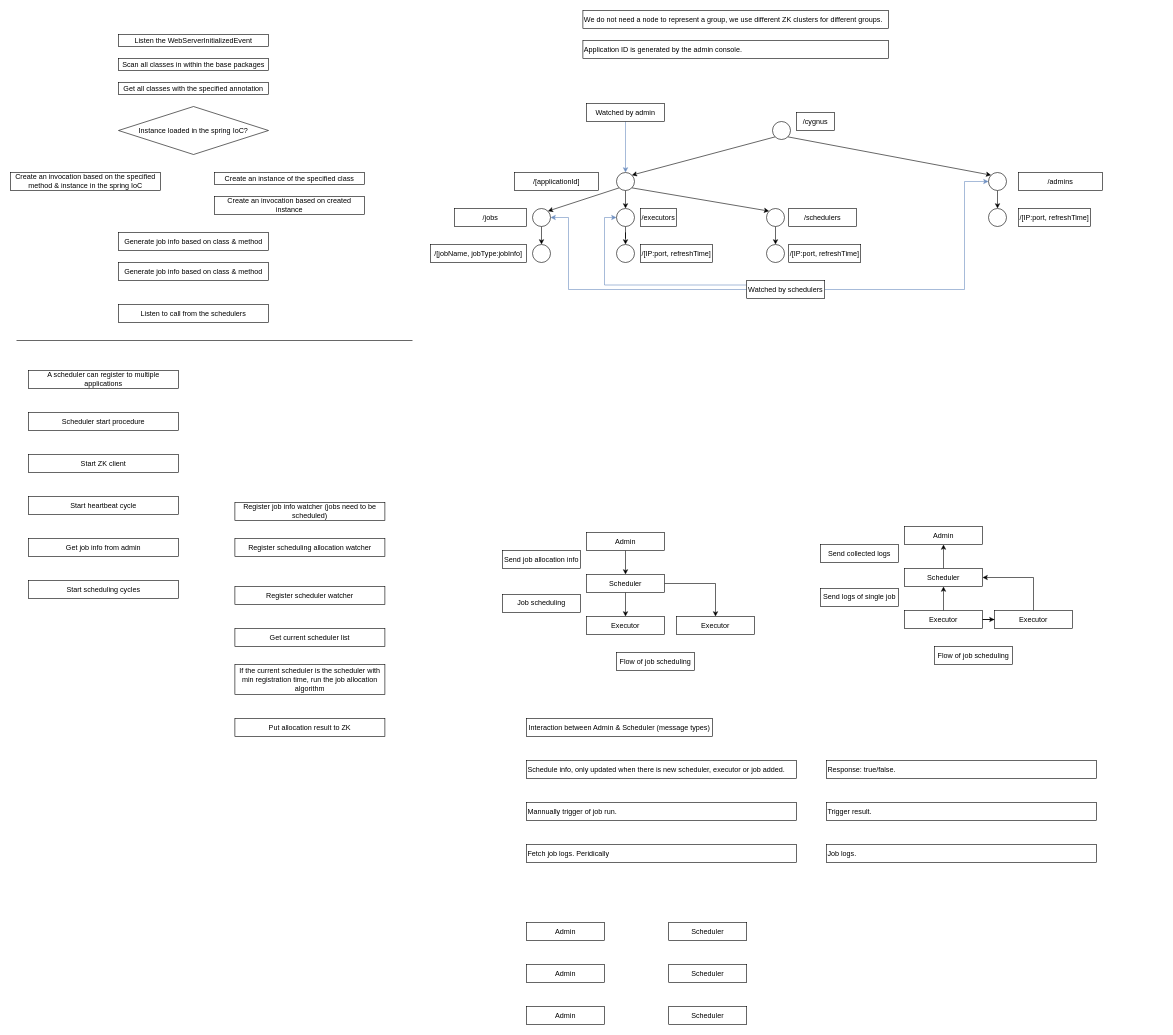
D15190304050/drawio_charts keeps this draw.io diagram as Cygnus.drawio. Above is the earlier version. Source tidied: cells renumbered, new cells numbered last; positions are measured from the earlier drawing's top-left corner, leaving out a move shared by most shapes. Both pictures are drawn from the tidied source at 60%, with x=0, y=0 at pixel (10, 10).
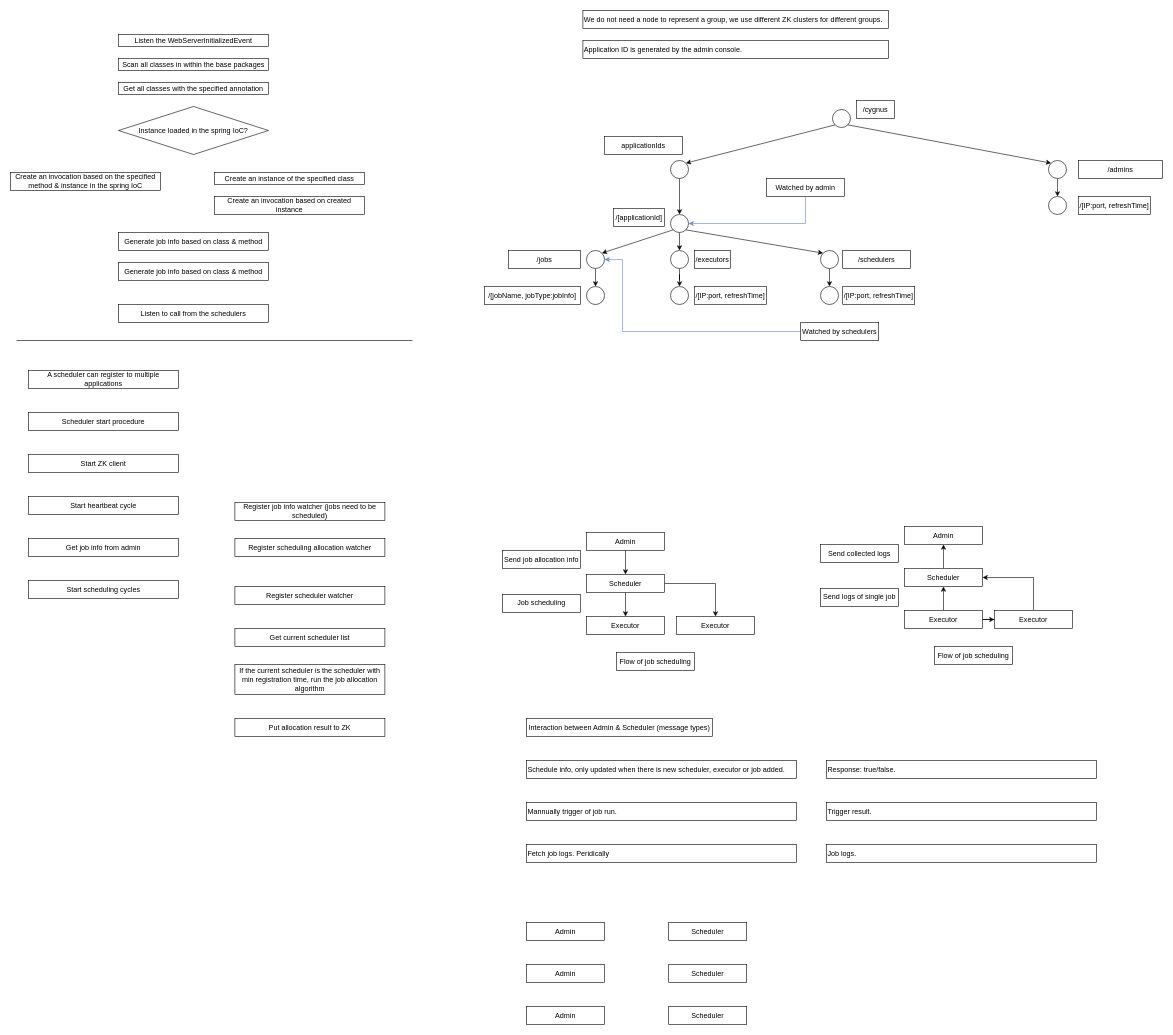
The same page after the edit.

The edit, as a diff of the source:
```diff
@@
     <mxCell id="27" style="ellipse;whiteSpace=wrap;html=1;" parent="1" vertex="1">
-      <mxGeometry x="1010" y="270" width="30" height="30" as="geometry" />
+      <mxGeometry x="1100" y="340" width="30" height="30" as="geometry" />
     </mxCell>
     <mxCell id="28" value="/cygnus" style="rounded=0;whiteSpace=wrap;html=1;" parent="1" vertex="1">
-      <mxGeometry x="1310" y="170" width="63" height="30" as="geometry" />
+      <mxGeometry x="1410" y="150" width="63" height="30" as="geometry" />
     </mxCell>
@@
     <mxCell id="30" style="ellipse;whiteSpace=wrap;html=1;" parent="1" vertex="1">
-      <mxGeometry x="870" y="330" width="30" height="30" as="geometry" />
+      <mxGeometry x="960" y="400" width="30" height="30" as="geometry" />
     </mxCell>
@@
     <mxCell id="32" style="ellipse;whiteSpace=wrap;html=1;" parent="1" vertex="1">
-      <mxGeometry x="1260" y="330" width="30" height="30" as="geometry" />
+      <mxGeometry x="1350" y="400" width="30" height="30" as="geometry" />
     </mxCell>
     <mxCell id="33" value="/jobs" style="rounded=0;whiteSpace=wrap;html=1;" parent="1" vertex="1">
-      <mxGeometry x="740" y="330" width="120" height="30" as="geometry" />
+      <mxGeometry x="830" y="400" width="120" height="30" as="geometry" />
     </mxCell>
     <mxCell id="34" value="/schedulers" style="rounded=0;whiteSpace=wrap;html=1;" parent="1" vertex="1">
-      <mxGeometry x="1297" y="330" width="113" height="30" as="geometry" />
+      <mxGeometry x="1387" y="400" width="113" height="30" as="geometry" />
     </mxCell>
     <mxCell id="35" style="ellipse;whiteSpace=wrap;html=1;" parent="1" vertex="1">
-      <mxGeometry x="870" y="390" width="30" height="30" as="geometry" />
+      <mxGeometry x="960" y="460" width="30" height="30" as="geometry" />
     </mxCell>
     <mxCell id="36" value="/[jobName, jobType:jobInfo]" style="rounded=0;whiteSpace=wrap;html=1;" parent="1" vertex="1">
-      <mxGeometry x="700" y="390" width="160" height="30" as="geometry" />
+      <mxGeometry x="790" y="460" width="160" height="30" as="geometry" />
     </mxCell>
@@
     <mxCell id="38" style="ellipse;whiteSpace=wrap;html=1;" parent="1" vertex="1">
-      <mxGeometry x="1260" y="390" width="30" height="30" as="geometry" />
+      <mxGeometry x="1350" y="460" width="30" height="30" as="geometry" />
     </mxCell>
@@
     <mxCell id="41" style="edgeStyle=orthogonalEdgeStyle;rounded=0;jettySize=auto;html=1;exitX=0;exitY=0.5;exitDx=0;exitDy=0;entryX=1;entryY=0.5;entryDx=0;entryDy=0;fillColor=#dae8fc;strokeColor=#6c8ebf;" parent="1" edge="1" source="44" target="30">
       <mxGeometry relative="1" as="geometry">
         <Array as="points">
-          <mxPoint x="930" y="465" />
-          <mxPoint x="930" y="345" />
+          <mxPoint x="1020" y="535" />
+          <mxPoint x="1020" y="415" />
         </Array>
       </mxGeometry>
     </mxCell>
-    <mxCell id="42" style="edgeStyle=orthogonalEdgeStyle;rounded=0;jettySize=auto;html=1;exitX=1;exitY=0.5;exitDx=0;exitDy=0;entryX=0;entryY=0.5;entryDx=0;entryDy=0;fillColor=#dae8fc;strokeColor=#6c8ebf;" parent="1" edge="1" source="44" target="86">
-      <mxGeometry relative="1" as="geometry">
-        <Array as="points">
-          <mxPoint x="1590" y="465" />
-          <mxPoint x="1590" y="285" />
-        </Array>
-      </mxGeometry>
-    </mxCell>
-    <mxCell id="43" style="edgeStyle=orthogonalEdgeStyle;rounded=0;jettySize=auto;html=1;exitX=0;exitY=0.25;exitDx=0;exitDy=0;entryX=0;entryY=0.5;entryDx=0;entryDy=0;fillColor=#dae8fc;strokeColor=#6c8ebf;" parent="1" edge="1" source="44" target="90">
-      <mxGeometry relative="1" as="geometry" />
-    </mxCell>
     <mxCell id="44" value="Watched by schedulers" style="rounded=0;whiteSpace=wrap;html=1;" parent="1" vertex="1">
-      <mxGeometry x="1227" y="450" width="130" height="30" as="geometry" />
+      <mxGeometry x="1317" y="520" width="130" height="30" as="geometry" />
     </mxCell>
-    <mxCell id="45" style="edgeStyle=orthogonalEdgeStyle;rounded=0;jettySize=auto;html=1;exitX=0.5;exitY=1;exitDx=0;exitDy=0;entryX=0.5;entryY=0;entryDx=0;entryDy=0;fillColor=#dae8fc;strokeColor=#6c8ebf;" parent="1" edge="1" source="46" target="27">
+    <mxCell id="45" style="edgeStyle=orthogonalEdgeStyle;rounded=0;jettySize=auto;html=1;exitX=0.5;exitY=1;exitDx=0;exitDy=0;entryX=1;entryY=0.5;entryDx=0;entryDy=0;fillColor=#dae8fc;strokeColor=#6c8ebf;" parent="1" edge="1" source="46" target="27">
       <mxGeometry relative="1" as="geometry" />
     </mxCell>
     <mxCell id="46" value="Watched by admin" style="rounded=0;whiteSpace=wrap;html=1;" parent="1" vertex="1">
-      <mxGeometry x="960" y="155" width="130" height="30" as="geometry" />
+      <mxGeometry x="1260" y="280" width="130" height="30" as="geometry" />
     </mxCell>
@@
-    <mxCell id="81" style="rounded=0;jettySize=auto;html=1;exitX=0;exitY=1;exitDx=0;exitDy=0;entryX=1;entryY=0;entryDx=0;entryDy=0;" parent="1" edge="1" source="83" target="27">
-      <mxGeometry relative="1" as="geometry" />
-    </mxCell>
@@
+    <mxCell id="96" style="rounded=0;jettySize=auto;html=1;exitX=0;exitY=1;exitDx=0;exitDy=0;entryX=1;entryY=0;entryDx=0;entryDy=0;" parent="1" edge="1" source="83" target="98">
+      <mxGeometry relative="1" as="geometry" />
+    </mxCell>
     <mxCell id="83" style="ellipse;whiteSpace=wrap;html=1;" parent="1" vertex="1">
-      <mxGeometry x="1270" y="185" width="30" height="30" as="geometry" />
+      <mxGeometry x="1370" y="165" width="30" height="30" as="geometry" />
     </mxCell>
     <mxCell id="84" value="/[applicationId]" style="rounded=0;whiteSpace=wrap;html=1;" parent="1" vertex="1">
-      <mxGeometry x="840" y="270" width="140" height="30" as="geometry" />
+      <mxGeometry x="1005" y="330" width="85" height="30" as="geometry" />
     </mxCell>
@@
     <mxCell id="86" style="ellipse;whiteSpace=wrap;html=1;" parent="1" vertex="1">
-      <mxGeometry x="1630" y="270" width="30" height="30" as="geometry" />
+      <mxGeometry x="1730" y="250" width="30" height="30" as="geometry" />
     </mxCell>
     <mxCell id="87" value="/admins" style="rounded=0;whiteSpace=wrap;html=1;" parent="1" vertex="1">
-      <mxGeometry x="1680" y="270" width="140" height="30" as="geometry" />
+      <mxGeometry x="1780" y="250" width="140" height="30" as="geometry" />
     </mxCell>
     <mxCell id="88" style="ellipse;whiteSpace=wrap;html=1;" parent="1" vertex="1">
-      <mxGeometry x="1630" y="330" width="30" height="30" as="geometry" />
+      <mxGeometry x="1730" y="310" width="30" height="30" as="geometry" />
     </mxCell>
@@
     <mxCell id="90" style="ellipse;whiteSpace=wrap;html=1;" parent="1" vertex="1">
-      <mxGeometry x="1010" y="330" width="30" height="30" as="geometry" />
+      <mxGeometry x="1100" y="400" width="30" height="30" as="geometry" />
     </mxCell>
     <mxCell id="91" value="/executors" style="rounded=0;whiteSpace=wrap;html=1;" parent="1" vertex="1">
-      <mxGeometry x="1050" y="330" width="60" height="30" as="geometry" />
+      <mxGeometry x="1140" y="400" width="60" height="30" as="geometry" />
     </mxCell>
     <mxCell id="92" style="ellipse;whiteSpace=wrap;html=1;" parent="1" vertex="1">
-      <mxGeometry x="1010" y="390" width="30" height="30" as="geometry" />
+      <mxGeometry x="1100" y="460" width="30" height="30" as="geometry" />
     </mxCell>
     <mxCell id="93" value="/[IP:port, refreshTime]" style="rounded=0;whiteSpace=wrap;html=1;" parent="1" vertex="1">
-      <mxGeometry x="1050" y="390" width="120" height="30" as="geometry" />
+      <mxGeometry x="1140" y="460" width="120" height="30" as="geometry" />
     </mxCell>
     <mxCell id="94" value="/[IP:port, refreshTime]" style="rounded=0;whiteSpace=wrap;html=1;" parent="1" vertex="1">
-      <mxGeometry x="1297" y="390" width="120" height="30" as="geometry" />
+      <mxGeometry x="1387" y="460" width="120" height="30" as="geometry" />
     </mxCell>
     <mxCell id="95" value="/[IP:port, refreshTime]" style="rounded=0;whiteSpace=wrap;html=1;" parent="1" vertex="1">
-      <mxGeometry x="1680" y="330" width="120" height="30" as="geometry" />
+      <mxGeometry x="1780" y="310" width="120" height="30" as="geometry" />
     </mxCell>
+    <mxCell id="97" style="edgeStyle=orthogonalEdgeStyle;rounded=0;jettySize=auto;html=1;exitX=0.5;exitY=1;exitDx=0;exitDy=0;entryX=0.5;entryY=0;entryDx=0;entryDy=0;" parent="1" edge="1" source="98" target="27">
+      <mxGeometry relative="1" as="geometry" />
+    </mxCell>
+    <mxCell id="98" style="ellipse;whiteSpace=wrap;html=1;" parent="1" vertex="1">
+      <mxGeometry x="1100" y="250" width="30" height="30" as="geometry" />
+    </mxCell>
+    <mxCell id="99" value="applicationIds" style="rounded=0;whiteSpace=wrap;html=1;" parent="1" vertex="1">
+      <mxGeometry x="990" y="210" width="130" height="30" as="geometry" />
+    </mxCell>
```
